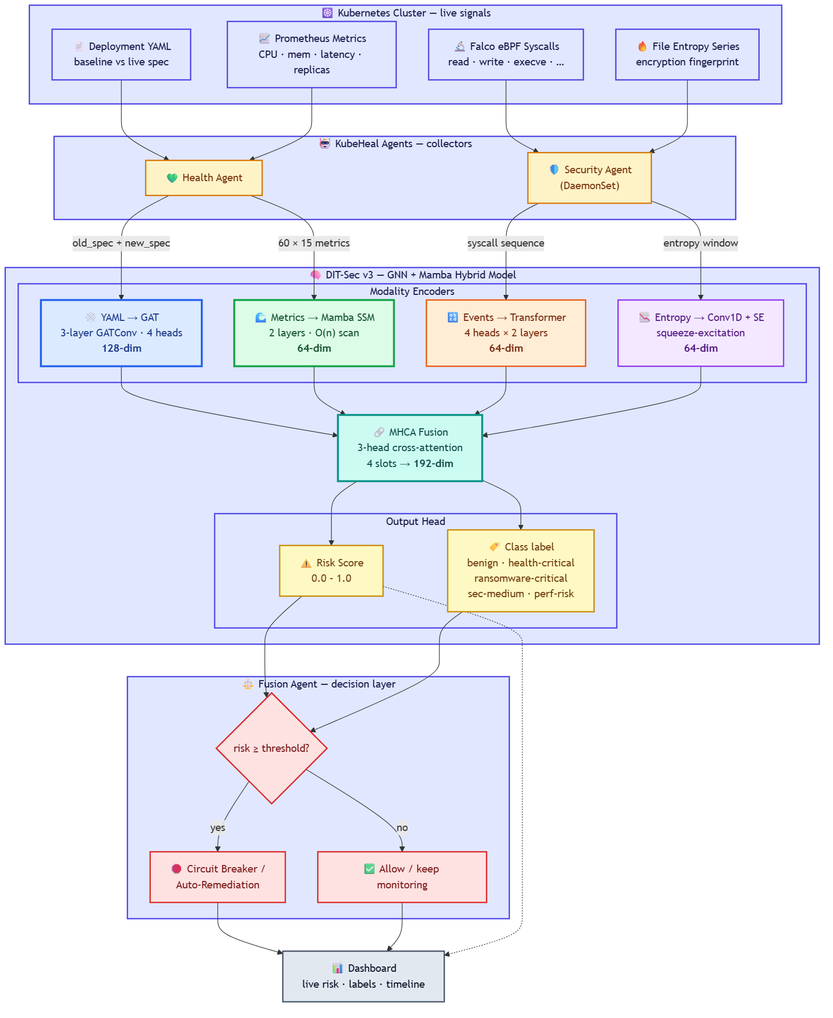
This is docs/architecture-flow.png from PRATHVI9607/Unisys_Model, a Mermaid export, as it was before one commit. Its source is kept beside it as docs/architecture-flow.mmd. The source it was exported from:
```mermaid
flowchart TD
    subgraph CLUSTER["☸️ Kubernetes Cluster — live signals"]
        direction LR
        K1["📄 Deployment YAML<br/>baseline vs live spec"]
        K2["📈 Prometheus Metrics<br/>CPU · mem · latency · replicas"]
        K3["🔬 Falco eBPF Syscalls<br/>read · write · execve · …"]
        K4["🔥 File Entropy Series<br/>encryption fingerprint"]
    end

    subgraph AGENTS["🤖 KubeHeal Agents — collectors"]
        direction LR
        HA["💚 Health Agent"]
        SA["🛡️ Security Agent<br/>(DaemonSet)"]
    end

    K1 --> HA
    K2 --> HA
    K3 --> SA
    K4 --> SA

    subgraph MODEL["🧠 DIT-Sec v3 — GNN + Mamba Hybrid Model"]
        direction TB
        subgraph ENC["Modality Encoders"]
            direction LR
            E1["🕸️ YAML → GAT<br/>3-layer GATConv · 4 heads<br/><b>128-dim</b>"]
            E2["🌊 Metrics → Mamba SSM<br/>2 layers · O(n) scan<br/><b>64-dim</b>"]
            E3["🔡 Events → Transformer<br/>4 heads × 2 layers<br/><b>64-dim</b>"]
            E4["📉 Entropy → Conv1D + SE<br/>squeeze-excitation<br/><b>64-dim</b>"]
        end
        FUSE["🔗 MHCA Fusion<br/>3-head cross-attention<br/>4 slots → <b>192-dim</b>"]
        subgraph HEAD["Output Head"]
            direction LR
            O1["⚠️ Risk Score<br/>0.0 – 1.0"]
            O2["🏷️ Class label<br/>benign · health-critical<br/>ransomware-critical<br/>sec-medium · perf-risk"]
        end
        E1 --> FUSE
        E2 --> FUSE
        E3 --> FUSE
        E4 --> FUSE
        FUSE --> O1
        FUSE --> O2
    end

    HA -->|"old_spec + new_spec"| E1
    HA -->|"60 × 15 metrics"| E2
    SA -->|"syscall sequence"| E3
    SA -->|"entropy window"| E4

    subgraph FUSION["⚖️ Fusion Agent — decision layer"]
        D1{"risk ≥ threshold?"}
        D2["🛑 Circuit Breaker /<br/>Auto-Remediation"]
        D3["✅ Allow / keep monitoring"]
    end

    O1 --> D1
    O2 --> D1
    D1 -->|"yes"| D2
    D1 -->|"no"| D3

    DASH["📊 Dashboard<br/>live risk · labels · timeline"]
    D2 --> DASH
    D3 --> DASH
    O1 -.-> DASH

    classDef cluster fill:#e0e7ff,stroke:#4f46e5,stroke-width:2px,color:#1e1b4b;
    classDef agent fill:#fef3c7,stroke:#d97706,stroke-width:2px,color:#78350f;
    classDef gnn fill:#dbeafe,stroke:#2563eb,stroke-width:3px,color:#1e3a8a;
    classDef mamba fill:#dcfce7,stroke:#16a34a,stroke-width:3px,color:#14532d;
    classDef trans fill:#ffedd5,stroke:#ea580c,stroke-width:2px,color:#7c2d12;
    classDef conv fill:#f3e8ff,stroke:#9333ea,stroke-width:2px,color:#581c87;
    classDef fuse fill:#ccfbf1,stroke:#0d9488,stroke-width:3px,color:#134e4a;
    classDef head fill:#fef9c3,stroke:#ca8a04,stroke-width:2px,color:#713f12;
    classDef decision fill:#fee2e2,stroke:#dc2626,stroke-width:2px,color:#7f1d1d;
    classDef dash fill:#e2e8f0,stroke:#475569,stroke-width:2px,color:#0f172a;

    class K1,K2,K3,K4 cluster;
    class HA,SA agent;
    class E1 gnn;
    class E2 mamba;
    class E3 trans;
    class E4 conv;
    class FUSE fuse;
    class O1,O2 head;
    class D1,D2,D3 decision;
    class DASH dash;
```
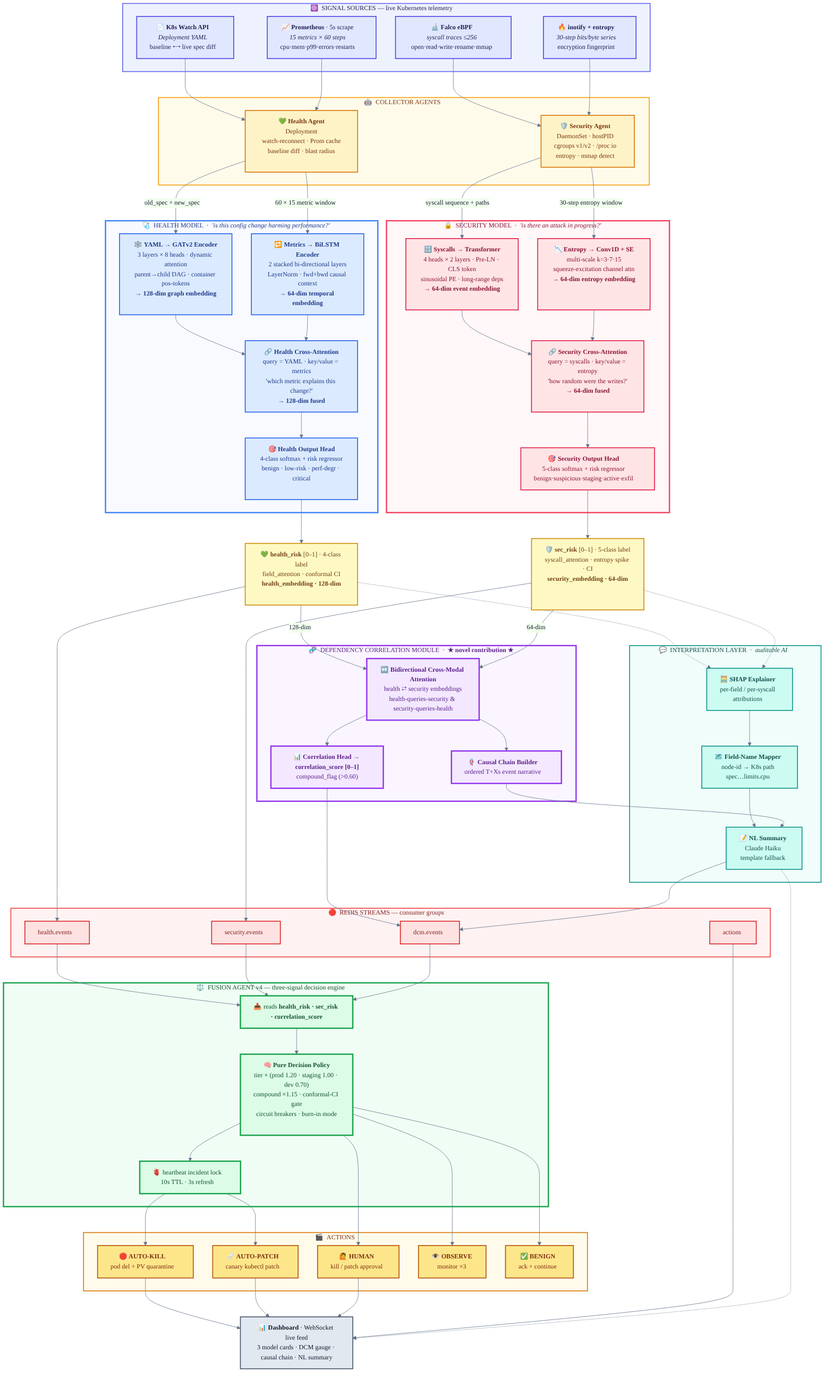
Above is the later version.

Diff of the diagram source:
```diff
@@ -1,16 +1,29 @@
-flowchart TD
-    subgraph CLUSTER["☸️ Kubernetes Cluster — live signals"]
+%%{init: {
+  "theme": "base",
+  "themeVariables": {
+    "fontFamily": "Inter, Segoe UI, sans-serif",
+    "fontSize": "15px",
+    "lineColor": "#64748b",
+    "primaryColor": "#eef2ff",
+    "primaryTextColor": "#0f172a"
+  },
+  "flowchart": { "curve": "basis", "nodeSpacing": 45, "rankSpacing": 60, "htmlLabels": true }
+}}%%
+flowchart TB
+
+
+    subgraph SRC["☸️ &nbsp;SIGNAL SOURCES — live Kubernetes telemetry"]
         direction LR
-        K1["📄 Deployment YAML<br/>baseline vs live spec"]
-        K2["📈 Prometheus Metrics<br/>CPU · mem · latency · replicas"]
-        K3["🔬 Falco eBPF Syscalls<br/>read · write · execve · …"]
-        K4["🔥 File Entropy Series<br/>encryption fingerprint"]
+        K1["📄 <b>K8s Watch API</b><br/><i>Deployment YAML</i><br/>baseline ⟷ live spec diff"]
+        K2["📈 <b>Prometheus</b> · 5s scrape<br/><i>15 metrics × 60 steps</i><br/>cpu·mem·p99·errors·restarts"]
+        K3["🔬 <b>Falco eBPF</b><br/><i>syscall traces ≤256</i><br/>open·read·write·rename·mmap"]
+        K4["🔥 <b>inotify + entropy</b><br/><i>30-step bits/byte series</i><br/>encryption fingerprint"]
     end
 
-    subgraph AGENTS["🤖 KubeHeal Agents — collectors"]
+    subgraph AGENTS["🤖 &nbsp;COLLECTOR AGENTS"]
         direction LR
-        HA["💚 Health Agent"]
-        SA["🛡️ Security Agent<br/>(DaemonSet)"]
+        HA["💚 <b>Health Agent</b><br/>Deployment<br/>watch-reconnect · Prom cache<br/>baseline diff · blast radius"]
+        SA["🛡️ <b>Security Agent</b><br/>DaemonSet · hostPID<br/>cgroups v1/v2 · /proc io<br/>entropy · mmap detect"]
     end
 
     K1 --> HA
@@ -18,68 +31,140 @@
     K3 --> SA
     K4 --> SA
 
-    subgraph MODEL["🧠 DIT-Sec v3 — GNN + Mamba Hybrid Model"]
+    subgraph HM["🩺 &nbsp;HEALTH MODEL &nbsp;·&nbsp; <i>'is this config change harming performance?'</i>"]
         direction TB
-        subgraph ENC["Modality Encoders"]
-            direction LR
-            E1["🕸️ YAML → GAT<br/>3-layer GATConv · 4 heads<br/><b>128-dim</b>"]
-            E2["🌊 Metrics → Mamba SSM<br/>2 layers · O(n) scan<br/><b>64-dim</b>"]
-            E3["🔡 Events → Transformer<br/>4 heads × 2 layers<br/><b>64-dim</b>"]
-            E4["📉 Entropy → Conv1D + SE<br/>squeeze-excitation<br/><b>64-dim</b>"]
-        end
-        FUSE["🔗 MHCA Fusion<br/>3-head cross-attention<br/>4 slots → <b>192-dim</b>"]
-        subgraph HEAD["Output Head"]
-            direction LR
-            O1["⚠️ Risk Score<br/>0.0 – 1.0"]
-            O2["🏷️ Class label<br/>benign · health-critical<br/>ransomware-critical<br/>sec-medium · perf-risk"]
-        end
-        E1 --> FUSE
-        E2 --> FUSE
-        E3 --> FUSE
-        E4 --> FUSE
-        FUSE --> O1
-        FUSE --> O2
+        HENC1["🕸️ <b>YAML → GATv2 Encoder</b><br/>3 layers × 8 heads · dynamic attention<br/>parent→child DAG · container pos-tokens<br/><b>→ 128-dim graph embedding</b>"]
+        HENC2["🔁 <b>Metrics → BiLSTM Encoder</b><br/>2 stacked bi-directional layers<br/>LayerNorm · fwd+bwd causal context<br/><b>→ 64-dim temporal embedding</b>"]
+        HFUSE["🔗 <b>Health Cross-Attention</b><br/>query = YAML · key/value = metrics<br/>'which metric explains this change?'<br/><b>→ 128-dim fused</b>"]
+        HHEAD["🎯 <b>Health Output Head</b><br/>4-class softmax + risk regressor<br/>benign · low-risk · perf-degr · critical"]
+        HENC1 --> HFUSE
+        HENC2 --> HFUSE
+        HFUSE --> HHEAD
     end
 
-    HA -->|"old_spec + new_spec"| E1
-    HA -->|"60 × 15 metrics"| E2
-    SA -->|"syscall sequence"| E3
-    SA -->|"entropy window"| E4
-
-    subgraph FUSION["⚖️ Fusion Agent — decision layer"]
-        D1{"risk ≥ threshold?"}
-        D2["🛑 Circuit Breaker /<br/>Auto-Remediation"]
-        D3["✅ Allow / keep monitoring"]
+    subgraph SM["🔒 &nbsp;SECURITY MODEL &nbsp;·&nbsp; <i>'is there an attack in progress?'</i>"]
+        direction TB
+        SENC1["🔡 <b>Syscalls → Transformer</b><br/>4 heads × 2 layers · Pre-LN · CLS token<br/>sinusoidal PE · long-range deps<br/><b>→ 64-dim event embedding</b>"]
+        SENC2["📉 <b>Entropy → Conv1D + SE</b><br/>multi-scale k=3·7·15<br/>squeeze-excitation channel attn<br/><b>→ 64-dim entropy embedding</b>"]
+        SFUSE["🔗 <b>Security Cross-Attention</b><br/>query = syscalls · key/value = entropy<br/>'how random were the writes?'<br/><b>→ 64-dim fused</b>"]
+        SHEAD["🎯 <b>Security Output Head</b><br/>5-class softmax + risk regressor<br/>benign·suspicious·staging·active·exfil"]
+        SENC1 --> SFUSE
+        SENC2 --> SFUSE
+        SFUSE --> SHEAD
     end
 
-    O1 --> D1
-    O2 --> D1
-    D1 -->|"yes"| D2
-    D1 -->|"no"| D3
+    HA -->|"old_spec + new_spec"| HENC1
+    HA -->|"60 × 15 metric window"| HENC2
+    SA -->|"syscall sequence + paths"| SENC1
+    SA -->|"30-step entropy window"| SENC2
 
-    DASH["📊 Dashboard<br/>live risk · labels · timeline"]
-    D2 --> DASH
-    D3 --> DASH
-    O1 -.-> DASH
+    HHEAD --> HOUT["💚 <b>health_risk</b> [0–1] · 4-class label<br/>field_attention · conformal CI<br/><b>health_embedding · 128-dim</b>"]
+    SHEAD --> SOUT["🛡️ <b>sec_risk</b> [0–1] · 5-class label<br/>syscall_attention · entropy spike · CI<br/><b>security_embedding · 64-dim</b>"]
 
-    classDef cluster fill:#e0e7ff,stroke:#4f46e5,stroke-width:2px,color:#1e1b4b;
-    classDef agent fill:#fef3c7,stroke:#d97706,stroke-width:2px,color:#78350f;
-    classDef gnn fill:#dbeafe,stroke:#2563eb,stroke-width:3px,color:#1e3a8a;
-    classDef mamba fill:#dcfce7,stroke:#16a34a,stroke-width:3px,color:#14532d;
-    classDef trans fill:#ffedd5,stroke:#ea580c,stroke-width:2px,color:#7c2d12;
-    classDef conv fill:#f3e8ff,stroke:#9333ea,stroke-width:2px,color:#581c87;
-    classDef fuse fill:#ccfbf1,stroke:#0d9488,stroke-width:3px,color:#134e4a;
-    classDef head fill:#fef9c3,stroke:#ca8a04,stroke-width:2px,color:#713f12;
-    classDef decision fill:#fee2e2,stroke:#dc2626,stroke-width:2px,color:#7f1d1d;
-    classDef dash fill:#e2e8f0,stroke:#475569,stroke-width:2px,color:#0f172a;
+    subgraph DCM["🧬 &nbsp;DEPENDENCY CORRELATION MODULE &nbsp;·&nbsp; <b>★ novel contribution ★</b>"]
+        direction TB
+        DCA["↔️ <b>Bidirectional Cross-Modal Attention</b><br/>health ⇄ security embeddings<br/>health-queries-security &amp; security-queries-health"]
+        DCH["📊 <b>Correlation Head</b> → <b>correlation_score [0–1]</b><br/>compound_flag (>0.60)"]
+        DCC["🪢 <b>Causal Chain Builder</b><br/>ordered T+Xs event narrative"]
+        DCA --> DCH
+        DCA --> DCC
+    end
 
-    class K1,K2,K3,K4 cluster;
+    HOUT -->|"128-dim"| DCA
+    SOUT -->|"64-dim"| DCA
+
+    subgraph INT["💬 &nbsp;INTERPRETATION LAYER &nbsp;·&nbsp; <i>auditable AI</i>"]
+        direction LR
+        I1["🧮 <b>SHAP Explainer</b><br/>per-field / per-syscall<br/>attributions"]
+        I2["🗺️ <b>Field-Name Mapper</b><br/>node-id → K8s path<br/>spec…limits.cpu"]
+        I3["📝 <b>NL Summary</b><br/>Claude Haiku<br/>template fallback"]
+    end
+
+    HOUT -.-> I1
+    SOUT -.-> I1
+    I1 --> I2
+    I2 --> I3
+    DCC --> I3
+
+    subgraph RS["🔴 &nbsp;REDIS STREAMS — consumer groups"]
+        direction LR
+        RS1["health.events"]
+        RS2["security.events"]
+        RS3["dcm.events"]
+        RS4["actions"]
+    end
+
+    HOUT --> RS1
+    SOUT --> RS2
+    DCH --> RS3
+    I3 --> RS3
+
+    subgraph FA["⚖️ &nbsp;FUSION AGENT v4 — three-signal decision engine"]
+        direction TB
+        FIN["📥 reads <b>health_risk · sec_risk · correlation_score</b>"]
+        FPOL["🧠 <b>Pure Decision Policy</b><br/>tier × (prod 1.20 · staging 1.00 · dev 0.70)<br/>compound ×1.15 · conformal-CI gate<br/>circuit breakers · burn-in mode"]
+        FLOCK["🫀 heartbeat incident lock<br/>10s TTL · 3s refresh"]
+        FIN --> FPOL --> FLOCK
+    end
+
+    RS1 --> FIN
+    RS2 --> FIN
+    RS3 --> FIN
+
+    subgraph DEC["🎬 &nbsp;ACTIONS"]
+        direction LR
+        A1["🛑 <b>AUTO-KILL</b><br/>pod del + PV quarantine"]
+        A2["🩹 <b>AUTO-PATCH</b><br/>canary kubectl patch"]
+        A3["🙋 <b>HUMAN</b><br/>kill / patch approval"]
+        A4["👁️ <b>OBSERVE</b><br/>monitor ×3"]
+        A5["✅ <b>BENIGN</b><br/>ack + continue"]
+    end
+
+    FLOCK --> A1
+    FLOCK --> A2
+    FPOL --> A3
+    FPOL --> A4
+    FPOL --> A5
+
+    DASH["📊 <b>Dashboard</b> · WebSocket live feed<br/>3 model cards · DCM gauge · causal chain · NL summary"]
+    A1 --> DASH
+    A2 --> DASH
+    A3 --> DASH
+    RS4 --> DASH
+    I3 -.-> DASH
+
+    classDef src       fill:#e0e7ff,stroke:#4f46e5,stroke-width:2px,color:#1e1b4b;
+    classDef agent     fill:#fef3c7,stroke:#d97706,stroke-width:2px,color:#78350f;
+    classDef healthEnc fill:#dbeafe,stroke:#2563eb,stroke-width:2px,color:#1e3a8a;
+    classDef healthBox fill:#eff6ff,stroke:#3b82f6,stroke-width:3px,color:#1e3a8a;
+    classDef secEnc    fill:#ffe4e6,stroke:#e11d48,stroke-width:2px,color:#881337;
+    classDef secBox    fill:#fff1f2,stroke:#f43f5e,stroke-width:3px,color:#881337;
+    classDef out       fill:#fef9c3,stroke:#ca8a04,stroke-width:2px,color:#713f12;
+    classDef dcm       fill:#f3e8ff,stroke:#9333ea,stroke-width:3px,color:#581c87;
+    classDef interp    fill:#ccfbf1,stroke:#0d9488,stroke-width:2px,color:#134e4a;
+    classDef redis     fill:#fee2e2,stroke:#dc2626,stroke-width:2px,color:#7f1d1d;
+    classDef fusion    fill:#dcfce7,stroke:#16a34a,stroke-width:3px,color:#14532d;
+    classDef act       fill:#fde68a,stroke:#b45309,stroke-width:2px,color:#7c2d12;
+    classDef dash      fill:#e2e8f0,stroke:#475569,stroke-width:2px,color:#0f172a;
+
+    class K1,K2,K3,K4 src;
     class HA,SA agent;
-    class E1 gnn;
-    class E2 mamba;
-    class E3 trans;
-    class E4 conv;
-    class FUSE fuse;
-    class O1,O2 head;
-    class D1,D2,D3 decision;
+    class HENC1,HENC2,HFUSE,HHEAD healthEnc;
+    class SENC1,SENC2,SFUSE,SHEAD secEnc;
+    class HOUT,SOUT out;
+    class DCA,DCH,DCC dcm;
+    class I1,I2,I3 interp;
+    class RS1,RS2,RS3,RS4 redis;
+    class FIN,FPOL,FLOCK fusion;
+    class A1,A2,A3,A4,A5 act;
     class DASH dash;
+
+    style HM fill:#f8faff,stroke:#3b82f6,stroke-width:3px,color:#1e3a8a;
+    style SM fill:#fff7f8,stroke:#f43f5e,stroke-width:3px,color:#881337;
+    style DCM fill:#faf5ff,stroke:#9333ea,stroke-width:3px,color:#581c87;
+    style INT fill:#f0fdfa,stroke:#0d9488,stroke-width:2px,color:#134e4a;
+    style FA fill:#f0fdf4,stroke:#16a34a,stroke-width:3px,color:#14532d;
+    style SRC fill:#eef2ff,stroke:#6366f1,stroke-width:2px,color:#1e1b4b;
+    style AGENTS fill:#fffbeb,stroke:#f59e0b,stroke-width:2px,color:#78350f;
+    style RS fill:#fef2f2,stroke:#ef4444,stroke-width:2px,color:#7f1d1d;
+    style DEC fill:#fffbeb,stroke:#d97706,stroke-width:2px,color:#7c2d12;
```
